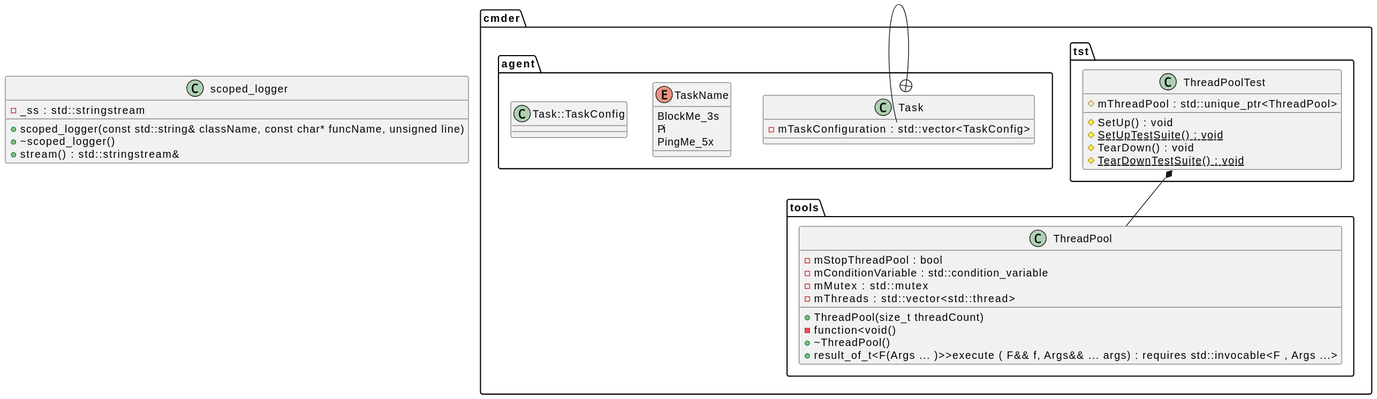
Before: doc/classdiagram.svg, a diagram exported from PlantUML (h6wk/Cmder2).
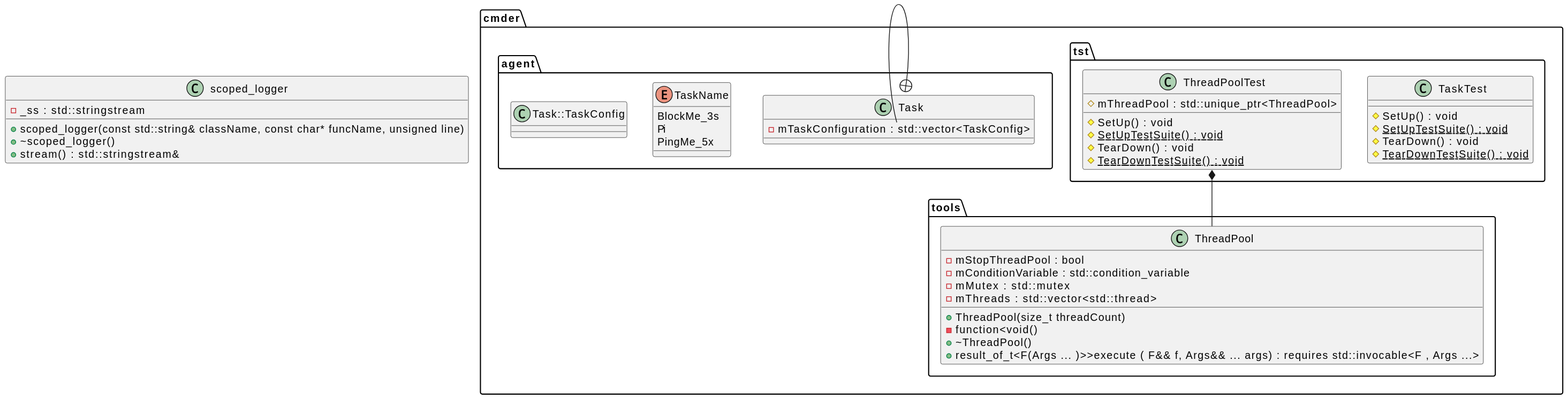
Later version of the same file.

Commit message:
Add TaskTest suite

Diff of the diagram source:
```diff
@@ -10,6 +10,13 @@
 
 namespace cmder {
 	namespace tst {
+		class TaskTest {
+			#SetUp() : void
+			#{static} SetUpTestSuite() : void
+			#TearDown() : void
+			#{static} TearDownTestSuite() : void
+		}
+
 		class ThreadPoolTest {
 			#mThreadPool : std::unique_ptr<ThreadPool>
 			#SetUp() : void
```
